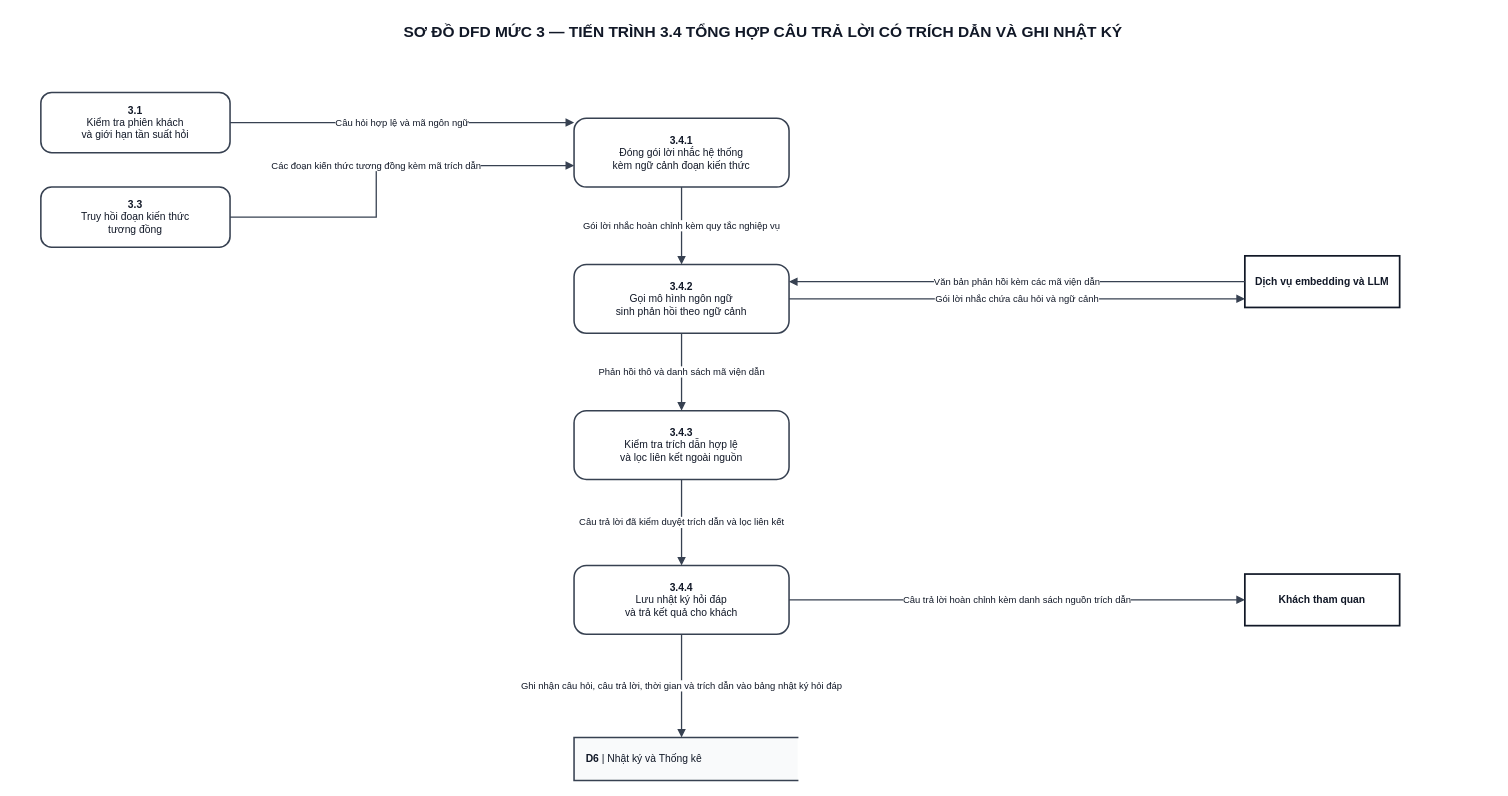
Above: docs/diagram/dfd/DFD_Level_3_P3_4_RAG_Answer_Generation.drawio in Kazuken123/prj_sgu26_cnpm (draw.io), before the change. Source tidied: cells renumbered, new cells numbered last; positions are measured from the earlier drawing's top-left corner, leaving out a move shared by most shapes. Both pictures are drawn from the tidied source at 86%, with x=0, y=0 at pixel (32, 15).
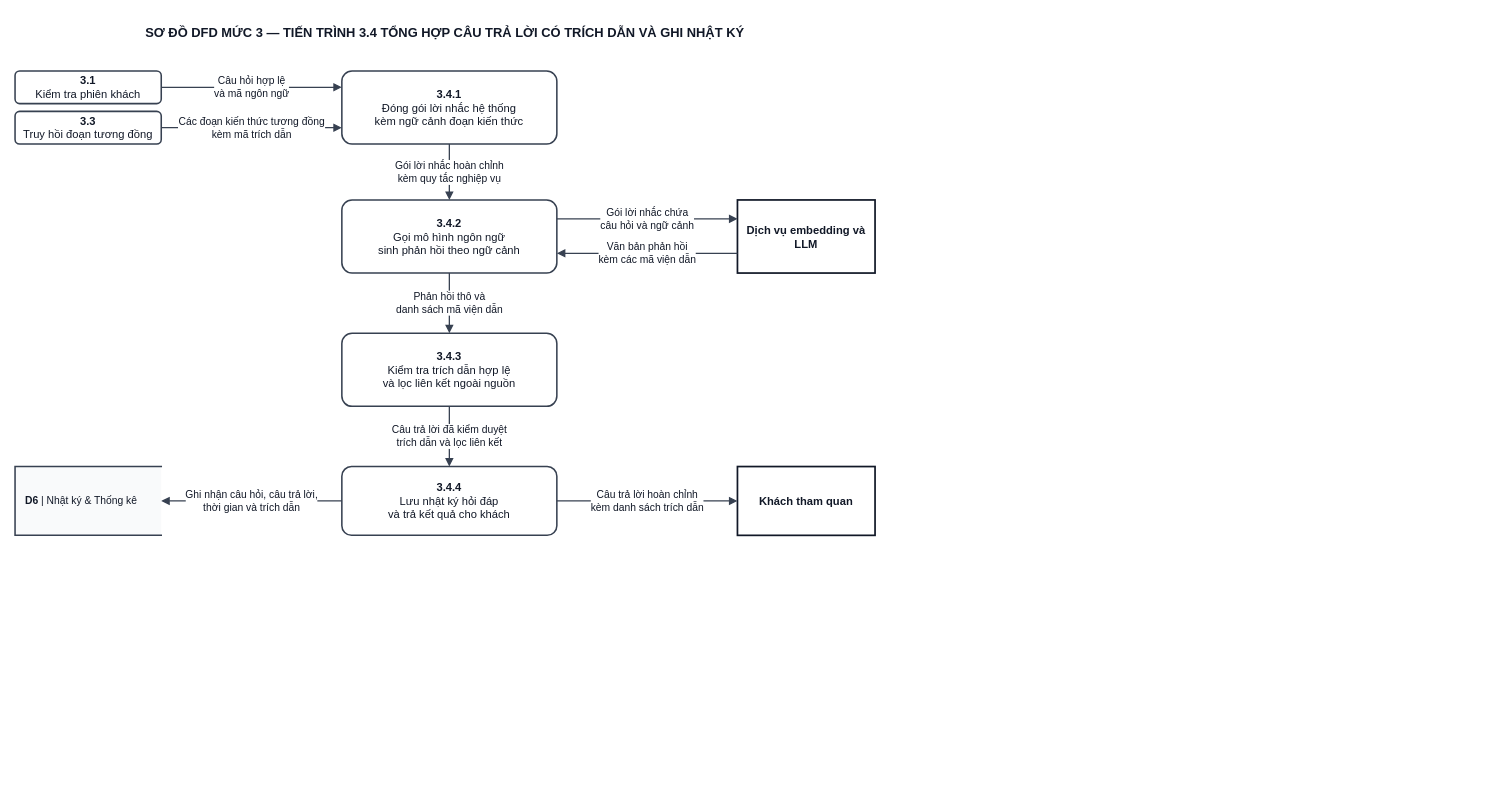
Above is the later version.

What changed in the source:
```diff
@@
-    <mxCell id="2" value="SƠ ĐỒ DFD MỨC 3 — TIẾN TRÌNH 3.4 TỔNG HỢP CÂU TRẢ LỜI CÓ TRÍCH DẪN VÀ GHI NHẬT KÝ" style="text;html=1;align=center;verticalAlign=middle;whiteSpace=wrap;fontFamily=Arial;fontSize=18;fontStyle=1;fillColor=none;strokeColor=none;fontColor=#111827;" parent="1" vertex="1">
-      <mxGeometry width="1700" height="40" as="geometry" />
+    <mxCell id="2" value="SƠ ĐỒ DFD MỨC 3 — TIẾN TRÌNH 3.4 TỔNG HỢP CÂU TRẢ LỜI CÓ TRÍCH DẪN VÀ GHI NHẬT KÝ" style="text;html=1;align=center;verticalAlign=middle;whiteSpace=wrap;fontFamily=Arial;fontSize=15;fontStyle=1;fillColor=none;strokeColor=none;fontColor=#111827;" parent="1" vertex="1">
+      <mxGeometry x="-20" width="1000" height="40" as="geometry" />
     </mxCell>
-    <mxCell id="3" value="Khách tham quan" style="rounded=0;whiteSpace=wrap;html=1;fillColor=#FFFFFF;strokeColor=#111827;strokeWidth=2;fontFamily=Arial;fontSize=12;fontStyle=1;fontColor=#111827;align=center;" parent="1" vertex="1">
-      <mxGeometry x="1410" y="650" width="180" height="60" as="geometry" />
-    </mxCell>
-    <mxCell id="4" value="Dịch vụ embedding và LLM" style="rounded=0;whiteSpace=wrap;html=1;fillColor=#FFFFFF;strokeColor=#111827;strokeWidth=2;fontFamily=Arial;fontSize=12;fontStyle=1;fontColor=#111827;align=center;" parent="1" vertex="1">
-      <mxGeometry x="1410" y="280" width="180" height="60" as="geometry" />
-    </mxCell>
-    <mxCell id="5" value="&lt;b&gt;D6&lt;/b&gt; | Nhật ký và Thống kê" style="shape=partialRectangle;whiteSpace=wrap;html=1;left=1;right=0;top=1;bottom=1;fillColor=#F9FAFB;strokeColor=#374151;strokeWidth=1.8;fontFamily=Arial;fontSize=12;fontColor=#111827;align=left;spacingLeft=12;" parent="1" vertex="1">
-      <mxGeometry x="630" y="840" width="260" height="50" as="geometry" />
-    </mxCell>
-    <mxCell id="6" value="&lt;b&gt;3.1&lt;/b&gt;&lt;br/&gt;Kiểm tra phiên khách&lt;br/&gt;và giới hạn tần suất hỏi" style="rounded=1;arcSize=18;whiteSpace=wrap;html=1;fillColor=#FFFFFF;strokeColor=#374151;strokeWidth=1.8;fontFamily=Arial;fontSize=12;fontColor=#111827;align=center;" parent="1" vertex="1">
-      <mxGeometry x="10" y="90" width="220" height="70" as="geometry" />
-    </mxCell>
-    <mxCell id="7" value="&lt;b&gt;3.3&lt;/b&gt;&lt;br/&gt;Truy hồi đoạn kiến thức&lt;br/&gt;tương đồng" style="rounded=1;arcSize=18;whiteSpace=wrap;html=1;fillColor=#FFFFFF;strokeColor=#374151;strokeWidth=1.8;fontFamily=Arial;fontSize=12;fontColor=#111827;align=center;" parent="1" vertex="1">
-      <mxGeometry x="10" y="200" width="220" height="70" as="geometry" />
-    </mxCell>
-    <mxCell id="8" value="&lt;b&gt;3.4.1&lt;/b&gt;&lt;br/&gt;Đóng gói lời nhắc hệ thống&lt;br/&gt;kèm ngữ cảnh đoạn kiến thức" style="rounded=1;arcSize=18;whiteSpace=wrap;html=1;fillColor=#FFFFFF;strokeColor=#374151;strokeWidth=1.8;fontFamily=Arial;fontSize=12;fontColor=#111827;align=center;" parent="1" vertex="1">
-      <mxGeometry x="630" y="120" width="250" height="80" as="geometry" />
+    <mxCell id="8" value="&lt;b&gt;3.4.1&lt;/b&gt;&lt;br/&gt;Đóng gói lời nhắc hệ thống&lt;br/&gt;kèm ngữ cảnh đoạn kiến thức" style="rounded=1;arcSize=14;whiteSpace=wrap;html=1;fillColor=#FFFFFF;strokeColor=#374151;strokeWidth=1.8;fontFamily=Arial;fontSize=13;fontColor=#111827;align=center;" parent="1" vertex="1">
+      <mxGeometry x="360" y="65" width="250" height="85" as="geometry" />
     </mxCell>
-    <mxCell id="9" value="&lt;b&gt;3.4.2&lt;/b&gt;&lt;br/&gt;Gọi mô hình ngôn ngữ&lt;br/&gt;sinh phản hồi theo ngữ cảnh" style="rounded=1;arcSize=18;whiteSpace=wrap;html=1;fillColor=#FFFFFF;strokeColor=#374151;strokeWidth=1.8;fontFamily=Arial;fontSize=12;fontColor=#111827;align=center;" parent="1" vertex="1">
-      <mxGeometry x="630" y="290" width="250" height="80" as="geometry" />
+    <mxCell id="9" value="&lt;b&gt;3.4.2&lt;/b&gt;&lt;br/&gt;Gọi mô hình ngôn ngữ&lt;br/&gt;sinh phản hồi theo ngữ cảnh" style="rounded=1;arcSize=14;whiteSpace=wrap;html=1;fillColor=#FFFFFF;strokeColor=#374151;strokeWidth=1.8;fontFamily=Arial;fontSize=13;fontColor=#111827;align=center;" parent="1" vertex="1">
+      <mxGeometry x="360" y="215" width="250" height="85" as="geometry" />
     </mxCell>
-    <mxCell id="10" value="&lt;b&gt;3.4.3&lt;/b&gt;&lt;br/&gt;Kiểm tra trích dẫn hợp lệ&lt;br/&gt;và lọc liên kết ngoài nguồn" style="rounded=1;arcSize=18;whiteSpace=wrap;html=1;fillColor=#FFFFFF;strokeColor=#374151;strokeWidth=1.8;fontFamily=Arial;fontSize=12;fontColor=#111827;align=center;" parent="1" vertex="1">
-      <mxGeometry x="630" y="460" width="250" height="80" as="geometry" />
+    <mxCell id="10" value="&lt;b&gt;3.4.3&lt;/b&gt;&lt;br/&gt;Kiểm tra trích dẫn hợp lệ&lt;br/&gt;và lọc liên kết ngoài nguồn" style="rounded=1;arcSize=14;whiteSpace=wrap;html=1;fillColor=#FFFFFF;strokeColor=#374151;strokeWidth=1.8;fontFamily=Arial;fontSize=13;fontColor=#111827;align=center;" parent="1" vertex="1">
+      <mxGeometry x="360" y="370" width="250" height="85" as="geometry" />
     </mxCell>
-    <mxCell id="11" value="&lt;b&gt;3.4.4&lt;/b&gt;&lt;br/&gt;Lưu nhật ký hỏi đáp&lt;br/&gt;và trả kết quả cho khách" style="rounded=1;arcSize=18;whiteSpace=wrap;html=1;fillColor=#FFFFFF;strokeColor=#374151;strokeWidth=1.8;fontFamily=Arial;fontSize=12;fontColor=#111827;align=center;" parent="1" vertex="1">
-      <mxGeometry x="630" y="640" width="250" height="80" as="geometry" />
+    <mxCell id="11" value="&lt;b&gt;3.4.4&lt;/b&gt;&lt;br/&gt;Lưu nhật ký hỏi đáp&lt;br/&gt;và trả kết quả cho khách" style="rounded=1;arcSize=14;whiteSpace=wrap;html=1;fillColor=#FFFFFF;strokeColor=#374151;strokeWidth=1.8;fontFamily=Arial;fontSize=13;fontColor=#111827;align=center;" parent="1" vertex="1">
+      <mxGeometry x="360" y="525" width="250" height="80" as="geometry" />
     </mxCell>
+    <mxCell id="14" value="Gói lời nhắc hoàn chỉnh&lt;br/&gt;kèm quy tắc nghiệp vụ" style="edgeStyle=none;rounded=0;html=1;exitX=0.5;exitY=1;entryX=0.5;entryY=0;strokeColor=#374151;strokeWidth=1.5;endArrow=block;endFill=1;fontFamily=Arial;fontSize=12;fontColor=#111827;labelBackgroundColor=#FFFFFF;" parent="1" edge="1" source="8" target="9">
+      <mxGeometry relative="1" as="geometry" />
+    </mxCell>
+    <mxCell id="17" value="Phản hồi thô và&lt;br/&gt;danh sách mã viện dẫn" style="edgeStyle=none;rounded=0;html=1;exitX=0.5;exitY=1;entryX=0.5;entryY=0;strokeColor=#374151;strokeWidth=1.5;endArrow=block;endFill=1;fontFamily=Arial;fontSize=12;fontColor=#111827;labelBackgroundColor=#FFFFFF;" parent="1" edge="1" source="9" target="10">
+      <mxGeometry relative="1" as="geometry" />
+    </mxCell>
+    <mxCell id="18" value="Câu trả lời đã kiểm duyệt&lt;br/&gt;trích dẫn và lọc liên kết" style="edgeStyle=none;rounded=0;html=1;exitX=0.5;exitY=1;entryX=0.5;entryY=0;strokeColor=#374151;strokeWidth=1.5;endArrow=block;endFill=1;fontFamily=Arial;fontSize=12;fontColor=#111827;labelBackgroundColor=#FFFFFF;" parent="1" edge="1" source="10" target="11">
+      <mxGeometry relative="1" as="geometry" />
+    </mxCell>
+    <mxCell id="21" value="&lt;b&gt;3.1&lt;/b&gt;&lt;br/&gt;Kiểm tra phiên khách" style="rounded=1;arcSize=14;whiteSpace=wrap;html=1;fillColor=#FFFFFF;strokeColor=#374151;strokeWidth=1.8;fontFamily=Arial;fontSize=13;fontColor=#111827;align=center;" parent="1" vertex="1">
+      <mxGeometry x="-20" y="65" width="170" height="38" as="geometry" />
+    </mxCell>
+    <mxCell id="22" value="&lt;b&gt;3.3&lt;/b&gt;&lt;br/&gt;Truy hồi đoạn tương đồng" style="rounded=1;arcSize=14;whiteSpace=wrap;html=1;fillColor=#FFFFFF;strokeColor=#374151;strokeWidth=1.8;fontFamily=Arial;fontSize=13;fontColor=#111827;align=center;" parent="1" vertex="1">
+      <mxGeometry x="-20" y="112" width="170" height="38" as="geometry" />
+    </mxCell>
-    <mxCell id="12" value="Câu hỏi hợp lệ và mã ngôn ngữ" style="edgeStyle=orthogonalEdgeStyle;rounded=0;jettySize=auto;html=1;strokeColor=#374151;strokeWidth=1.5;endArrow=block;endFill=1;fontFamily=Arial;fontSize=11;fontColor=#111827;labelBackgroundColor=#FFFFFF;" parent="1" edge="1" source="6" target="8">
-      <mxGeometry relative="1" as="geometry">
-        <Array as="points">
-          <mxPoint x="230" y="125" />
-          <mxPoint x="630" y="135" />
-        </Array>
-      </mxGeometry>
+    <mxCell id="12" value="Câu hỏi hợp lệ&lt;br/&gt;và mã ngôn ngữ" style="edgeStyle=none;rounded=0;html=1;exitX=1.0;exitY=0.5;entryX=0.0;entryY=0.2235;strokeColor=#374151;strokeWidth=1.5;endArrow=block;endFill=1;fontFamily=Arial;fontSize=12;fontColor=#111827;labelBackgroundColor=#FFFFFF;" parent="1" edge="1" source="21" target="8">
+      <mxGeometry relative="1" as="geometry" />
     </mxCell>
-    <mxCell id="13" value="Các đoạn kiến thức tương đồng kèm mã trích dẫn" style="edgeStyle=orthogonalEdgeStyle;rounded=0;jettySize=auto;html=1;strokeColor=#374151;strokeWidth=1.5;endArrow=block;endFill=1;fontFamily=Arial;fontSize=11;fontColor=#111827;labelBackgroundColor=#FFFFFF;" parent="1" edge="1" source="7" target="8">
-      <mxGeometry relative="1" as="geometry">
-        <Array as="points">
-          <mxPoint x="230" y="235" />
-          <mxPoint x="400" y="235" />
-          <mxPoint x="400" y="175" />
-          <mxPoint x="630" y="175" />
-        </Array>
-      </mxGeometry>
+    <mxCell id="13" value="Các đoạn kiến thức tương đồng&lt;br/&gt;kèm mã trích dẫn" style="edgeStyle=none;rounded=0;html=1;exitX=1.0;exitY=0.5;entryX=0.0;entryY=0.7765;strokeColor=#374151;strokeWidth=1.5;endArrow=block;endFill=1;fontFamily=Arial;fontSize=12;fontColor=#111827;labelBackgroundColor=#FFFFFF;" parent="1" edge="1" source="22" target="8">
+      <mxGeometry relative="1" as="geometry" />
     </mxCell>
-    <mxCell id="14" value="Gói lời nhắc hoàn chỉnh kèm quy tắc nghiệp vụ" style="edgeStyle=orthogonalEdgeStyle;rounded=0;jettySize=auto;html=1;strokeColor=#374151;strokeWidth=1.5;endArrow=block;endFill=1;fontFamily=Arial;fontSize=11;fontColor=#111827;labelBackgroundColor=#FFFFFF;" parent="1" edge="1" source="8" target="9">
-      <mxGeometry relative="1" as="geometry">
-        <Array as="points">
-          <mxPoint x="755" y="200" />
-          <mxPoint x="755" y="290" />
-        </Array>
-      </mxGeometry>
-    </mxCell>
+    <mxCell id="4" value="Dịch vụ embedding và LLM" style="rounded=0;whiteSpace=wrap;html=1;fillColor=#FFFFFF;strokeColor=#111827;strokeWidth=2;fontFamily=Arial;fontSize=13;fontStyle=1;fontColor=#111827;align=center;" parent="1" vertex="1">
+      <mxGeometry x="820" y="215" width="160" height="85" as="geometry" />
+    </mxCell>
-    <mxCell id="15" value="Gói lời nhắc chứa câu hỏi và ngữ cảnh" style="edgeStyle=orthogonalEdgeStyle;rounded=0;jettySize=auto;html=1;strokeColor=#374151;strokeWidth=1.5;endArrow=block;endFill=1;fontFamily=Arial;fontSize=11;fontColor=#111827;labelBackgroundColor=#FFFFFF;" parent="1" edge="1" source="9" target="4">
-      <mxGeometry relative="1" as="geometry">
-        <Array as="points">
-          <mxPoint x="880" y="310" />
-          <mxPoint x="1410" y="310" />
-        </Array>
-      </mxGeometry>
+    <mxCell id="15" value="Gói lời nhắc chứa&lt;br/&gt;câu hỏi và ngữ cảnh" style="edgeStyle=none;rounded=0;html=1;exitX=1.0;exitY=0.2588;entryX=0.0;entryY=0.2588;strokeColor=#374151;strokeWidth=1.5;endArrow=block;endFill=1;fontFamily=Arial;fontSize=12;fontColor=#111827;labelBackgroundColor=#FFFFFF;" parent="1" edge="1" source="9" target="4">
+      <mxGeometry relative="1" as="geometry" />
     </mxCell>
-    <mxCell id="16" value="Văn bản phản hồi kèm các mã viện dẫn" style="edgeStyle=orthogonalEdgeStyle;rounded=0;jettySize=auto;html=1;strokeColor=#374151;strokeWidth=1.5;endArrow=block;endFill=1;fontFamily=Arial;fontSize=11;fontColor=#111827;labelBackgroundColor=#FFFFFF;" parent="1" edge="1" source="4" target="9">
-      <mxGeometry relative="1" as="geometry">
-        <Array as="points">
-          <mxPoint x="1410" y="335" />
-          <mxPoint x="880" y="335" />
-        </Array>
-      </mxGeometry>
+    <mxCell id="16" value="Văn bản phản hồi&lt;br/&gt;kèm các mã viện dẫn" style="edgeStyle=none;rounded=0;html=1;exitX=0.0;exitY=0.7294;entryX=1.0;entryY=0.7294;strokeColor=#374151;strokeWidth=1.5;endArrow=block;endFill=1;fontFamily=Arial;fontSize=12;fontColor=#111827;labelBackgroundColor=#FFFFFF;" parent="1" edge="1" source="4" target="9">
+      <mxGeometry relative="1" as="geometry" />
     </mxCell>
-    <mxCell id="17" value="Phản hồi thô và danh sách mã viện dẫn" style="edgeStyle=orthogonalEdgeStyle;rounded=0;jettySize=auto;html=1;strokeColor=#374151;strokeWidth=1.5;endArrow=block;endFill=1;fontFamily=Arial;fontSize=11;fontColor=#111827;labelBackgroundColor=#FFFFFF;" parent="1" edge="1" source="9" target="10">
-      <mxGeometry relative="1" as="geometry">
-        <Array as="points">
-          <mxPoint x="755" y="370" />
-          <mxPoint x="755" y="460" />
-        </Array>
-      </mxGeometry>
-    </mxCell>
-    <mxCell id="18" value="Câu trả lời đã kiểm duyệt trích dẫn và lọc liên kết" style="edgeStyle=orthogonalEdgeStyle;rounded=0;jettySize=auto;html=1;strokeColor=#374151;strokeWidth=1.5;endArrow=block;endFill=1;fontFamily=Arial;fontSize=11;fontColor=#111827;labelBackgroundColor=#FFFFFF;" parent="1" edge="1" source="10" target="11">
-      <mxGeometry relative="1" as="geometry">
-        <Array as="points">
-          <mxPoint x="755" y="540" />
-          <mxPoint x="755" y="640" />
-        </Array>
-      </mxGeometry>
-    </mxCell>
+    <mxCell id="23" value="&lt;b&gt;D6&lt;/b&gt; | Nhật ký &amp;amp; Thống kê" style="shape=partialRectangle;whiteSpace=wrap;html=1;left=1;right=0;top=1;bottom=1;fillColor=#F9FAFB;strokeColor=#374151;strokeWidth=1.8;fontFamily=Arial;fontSize=12;fontColor=#111827;align=left;spacingLeft=10;" parent="1" vertex="1">
+      <mxGeometry x="-20" y="525" width="170" height="80" as="geometry" />
+    </mxCell>
+    <mxCell id="3" value="Khách tham quan" style="rounded=0;whiteSpace=wrap;html=1;fillColor=#FFFFFF;strokeColor=#111827;strokeWidth=2;fontFamily=Arial;fontSize=13;fontStyle=1;fontColor=#111827;align=center;" parent="1" vertex="1">
+      <mxGeometry x="820" y="525" width="160" height="80" as="geometry" />
+    </mxCell>
-    <mxCell id="19" value="Ghi nhận câu hỏi, câu trả lời, thời gian và trích dẫn vào bảng nhật ký hỏi đáp" style="edgeStyle=orthogonalEdgeStyle;rounded=0;jettySize=auto;html=1;strokeColor=#374151;strokeWidth=1.5;endArrow=block;endFill=1;fontFamily=Arial;fontSize=11;fontColor=#111827;labelBackgroundColor=#FFFFFF;" parent="1" edge="1" source="11" target="5">
-      <mxGeometry relative="1" as="geometry">
-        <Array as="points">
-          <mxPoint x="755" y="720" />
-          <mxPoint x="755" y="840" />
-        </Array>
-      </mxGeometry>
+    <mxCell id="19" value="Ghi nhận câu hỏi, câu trả lời,&lt;br/&gt;thời gian và trích dẫn" style="edgeStyle=none;rounded=0;html=1;exitX=0.0;exitY=0.5;entryX=1.0;entryY=0.5;strokeColor=#374151;strokeWidth=1.5;endArrow=block;endFill=1;fontFamily=Arial;fontSize=12;fontColor=#111827;labelBackgroundColor=#FFFFFF;" parent="1" edge="1" source="11" target="23">
+      <mxGeometry relative="1" as="geometry" />
     </mxCell>
-    <mxCell id="20" value="Câu trả lời hoàn chỉnh kèm danh sách nguồn trích dẫn" style="edgeStyle=orthogonalEdgeStyle;rounded=0;jettySize=auto;html=1;strokeColor=#374151;strokeWidth=1.5;endArrow=block;endFill=1;fontFamily=Arial;fontSize=11;fontColor=#111827;labelBackgroundColor=#FFFFFF;" parent="1" edge="1" source="11" target="3">
-      <mxGeometry relative="1" as="geometry">
-        <Array as="points">
-          <mxPoint x="880" y="680" />
-          <mxPoint x="1410" y="680" />
-        </Array>
-      </mxGeometry>
+    <mxCell id="20" value="Câu trả lời hoàn chỉnh&lt;br/&gt;kèm danh sách trích dẫn" style="edgeStyle=none;rounded=0;html=1;exitX=1.0;exitY=0.5;entryX=0.0;entryY=0.5;strokeColor=#374151;strokeWidth=1.5;endArrow=block;endFill=1;fontFamily=Arial;fontSize=12;fontColor=#111827;labelBackgroundColor=#FFFFFF;" parent="1" edge="1" source="11" target="3">
+      <mxGeometry relative="1" as="geometry" />
     </mxCell>
```
